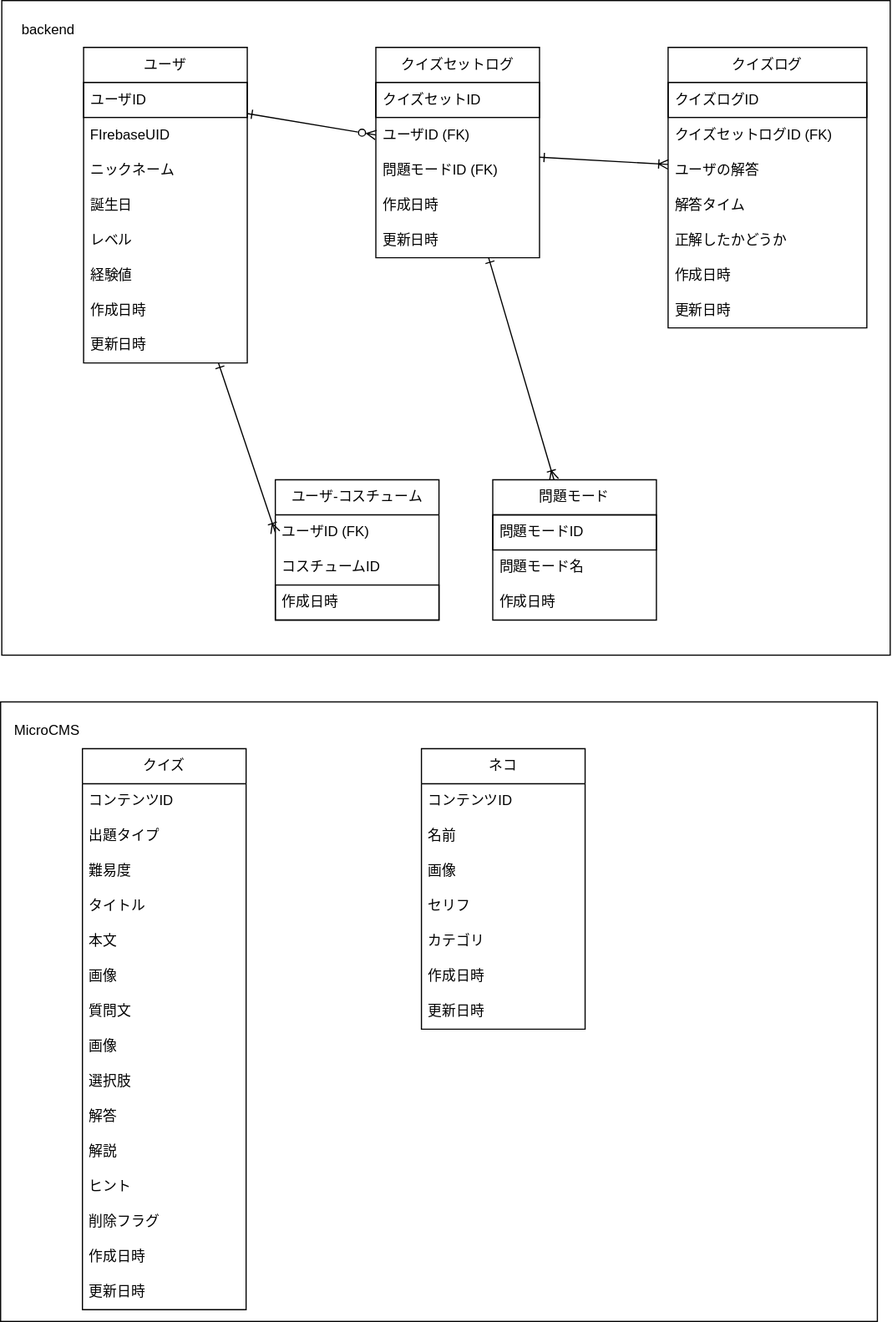
This is docs/db.drawio.svg from kouxi08/Hontokun-backend, a draw.io export, as it was before one commit. Source tidied: cells renumbered, new cells last; positions are measured from the earlier drawing's top-left corner, leaving out a move shared by most shapes.
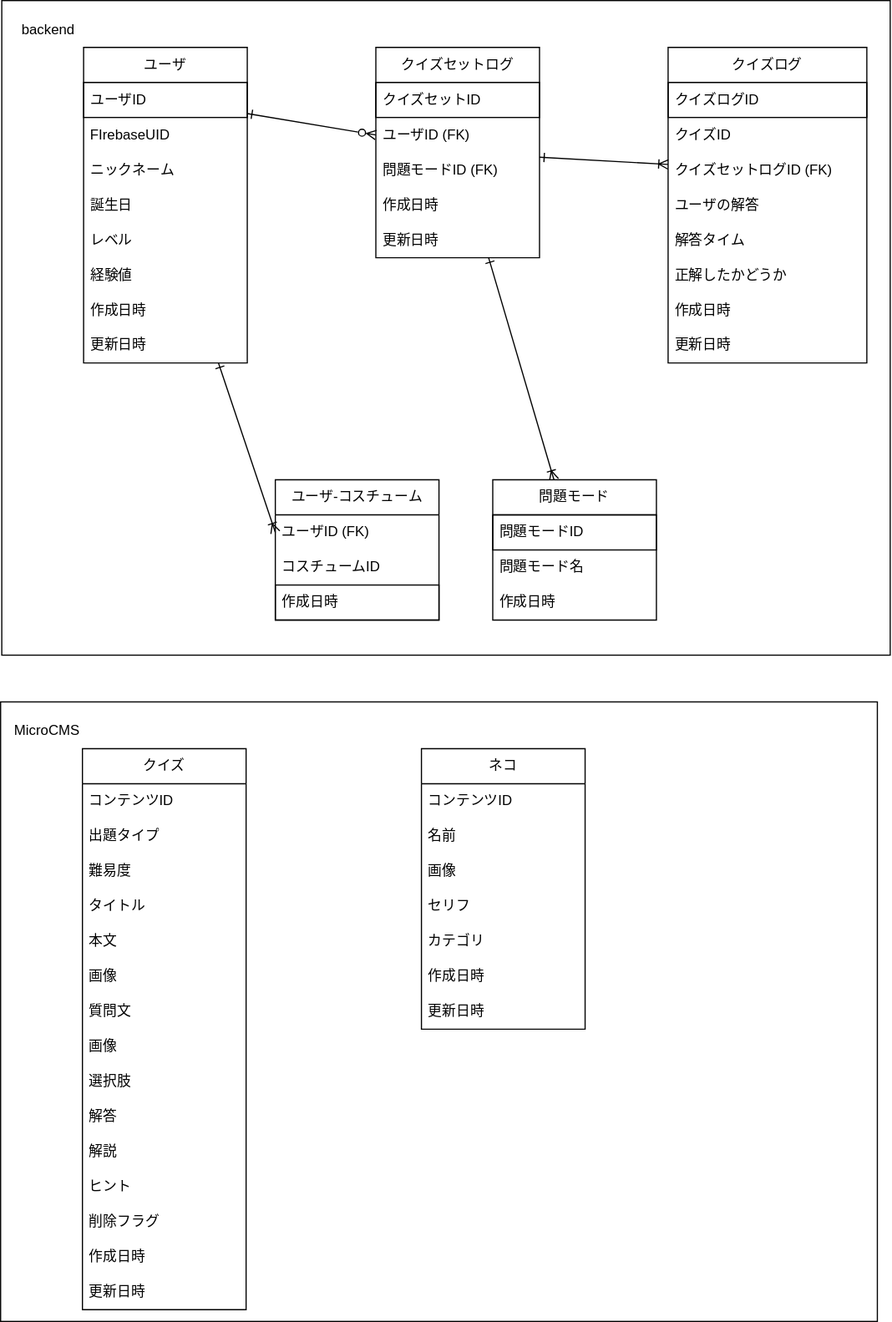
Above is the later version.

Commit message:
[fix] refs 2 クイズログテーブルにクイズID追加する

The edit, as a diff of the source:
```diff
@@ -65,28 +65,31 @@
       <mxGeometry y="150" width="140" height="30" as="geometry" />
     </mxCell>
     <mxCell id="22" value="クイズログ" style="swimlane;fontStyle=0;horizontal=1;startSize=30;whiteSpace=wrap;html=1;" parent="1" vertex="1">
-      <mxGeometry x="571" y="40" width="170" height="240" as="geometry" />
+      <mxGeometry x="571" y="40" width="170" height="270" as="geometry" />
     </mxCell>
     <mxCell id="23" value="クイズログID" style="text;strokeColor=default;fillColor=none;align=left;verticalAlign=middle;spacingLeft=4;spacingRight=4;overflow=hidden;whiteSpace=wrap;html=1;" parent="22" vertex="1">
       <mxGeometry y="30" width="170" height="30" as="geometry" />
     </mxCell>
-    <mxCell id="24" value="クイズセットログID (FK)" style="text;strokeColor=none;fillColor=none;align=left;verticalAlign=middle;spacingLeft=4;spacingRight=4;overflow=hidden;whiteSpace=wrap;html=1;" parent="22" vertex="1">
+    <mxCell id="24" value="クイズID" style="text;strokeColor=none;fillColor=none;align=left;verticalAlign=middle;spacingLeft=4;spacingRight=4;overflow=hidden;whiteSpace=wrap;html=1;" parent="22" vertex="1">
       <mxGeometry y="60" width="170" height="30" as="geometry" />
     </mxCell>
+    <mxCell id="65" value="クイズセットログID (FK)" style="text;strokeColor=none;fillColor=none;align=left;verticalAlign=middle;spacingLeft=4;spacingRight=4;overflow=hidden;whiteSpace=wrap;html=1;" parent="22" vertex="1">
+      <mxGeometry y="90" width="170" height="30" as="geometry" />
+    </mxCell>
     <mxCell id="25" value="ユーザの解答" style="text;strokeColor=none;fillColor=none;align=left;verticalAlign=middle;spacingLeft=4;spacingRight=4;overflow=hidden;whiteSpace=wrap;html=1;" parent="22" vertex="1">
-      <mxGeometry y="90" width="170" height="30" as="geometry" />
+      <mxGeometry y="120" width="170" height="30" as="geometry" />
     </mxCell>
     <mxCell id="26" value="解答タイム" style="text;strokeColor=none;fillColor=none;align=left;verticalAlign=middle;spacingLeft=4;spacingRight=4;overflow=hidden;whiteSpace=wrap;html=1;" parent="22" vertex="1">
-      <mxGeometry y="120" width="170" height="30" as="geometry" />
+      <mxGeometry y="150" width="170" height="30" as="geometry" />
     </mxCell>
     <mxCell id="27" value="正解したかどうか" style="text;strokeColor=none;fillColor=none;align=left;verticalAlign=middle;spacingLeft=4;spacingRight=4;overflow=hidden;whiteSpace=wrap;html=1;" parent="22" vertex="1">
-      <mxGeometry y="150" width="170" height="30" as="geometry" />
+      <mxGeometry y="180" width="170" height="30" as="geometry" />
     </mxCell>
     <mxCell id="28" value="作成日時" style="text;strokeColor=none;fillColor=none;align=left;verticalAlign=middle;spacingLeft=4;spacingRight=4;overflow=hidden;whiteSpace=wrap;html=1;" parent="22" vertex="1">
-      <mxGeometry y="180" width="170" height="30" as="geometry" />
+      <mxGeometry y="210" width="170" height="30" as="geometry" />
     </mxCell>
     <mxCell id="29" value="更新日時" style="text;strokeColor=none;fillColor=none;align=left;verticalAlign=middle;spacingLeft=4;spacingRight=4;overflow=hidden;whiteSpace=wrap;html=1;" parent="22" vertex="1">
-      <mxGeometry y="210" width="170" height="30" as="geometry" />
+      <mxGeometry y="240" width="170" height="30" as="geometry" />
     </mxCell>
     <mxCell id="30" value="ユーザ-コスチューム" style="swimlane;fontStyle=0;horizontal=1;startSize=30;whiteSpace=wrap;html=1;" parent="1" vertex="1">
       <mxGeometry x="235" y="410" width="140" height="120" as="geometry" />
```
